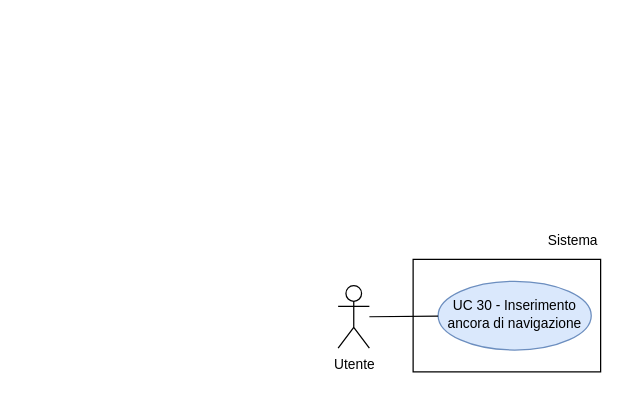
Above: RTB/doc_esterna/analisi-dei-requisiti/assets/draw.io/UC30.drawio in thebitless-group-swe/thebitless.github.io (draw.io), before the change. Source tidied: cells renumbered, new cells numbered last; positions are measured from the earlier drawing's top-left corner, leaving out a move shared by most shapes. Both pictures are drawn from the tidied source at 125%, with x=0, y=0 at pixel (338, 221).
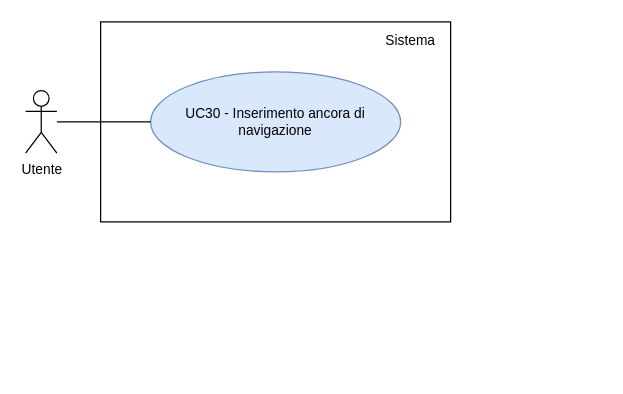
Above is the later version.

Diff of the diagram source:
```diff
@@
 <mxGraphModel>
   <root>
     <mxCell id="0" />
     <mxCell id="1" parent="0" />
     <mxCell id="2" value="Utente" style="shape=umlActor;verticalLabelPosition=bottom;verticalAlign=top;html=1;outlineConnect=0;fontSize=11;" parent="1" vertex="1">
-      <mxGeometry y="51" width="25" height="50" as="geometry" />
+      <mxGeometry x="-250" y="-105" width="25" height="50" as="geometry" />
     </mxCell>
-    <mxCell id="3" style="rounded=0;whiteSpace=wrap;html=1;strokeWidth=1;" parent="1" vertex="1">
-      <mxGeometry x="60" y="30" width="150" height="90" as="geometry" />
-    </mxCell>
+    <mxCell id="8" style="rounded=0;whiteSpace=wrap;html=1;strokeWidth=1;" parent="1" vertex="1">
+      <mxGeometry x="-190" y="-160" width="280" height="160" as="geometry" />
+    </mxCell>
     <mxCell id="4" value="Sistema" style="text;html=1;whiteSpace=wrap;strokeColor=none;fillColor=none;align=right;verticalAlign=middle;fontSize=11;" parent="1" vertex="1">
-      <mxGeometry x="150" width="60" height="30" as="geometry" />
+      <mxGeometry x="10" y="-155" width="70" height="20" as="geometry" />
     </mxCell>
-    <mxCell id="5" value="UC 30 - Inserimento ancora di navigazione" style="ellipse;whiteSpace=wrap;html=1;fillColor=#dae8fc;strokeColor=#6c8ebf;fontSize=11;convertToSvg=1;svgWhiteSpace=wrap;labelBorderColor=none;labelBackgroundColor=none;spacingBottom=3;" parent="1" vertex="1">
-      <mxGeometry x="80" y="47.5" width="122.5" height="55" as="geometry" />
-    </mxCell>
-    <mxCell id="6" style="edgeStyle=none;rounded=0;jettySize=auto;html=1;endArrow=none;endFill=0;" parent="1" edge="1" source="2" target="5">
-      <mxGeometry relative="1" as="geometry" />
-    </mxCell>
-    <mxCell id="7" style="edgeStyle=orthogonalEdgeStyle;rounded=0;orthogonalLoop=1;jettySize=auto;html=1;exitX=0.5;exitY=1;exitDx=0;exitDy=0;" parent="1" edge="1" source="4" target="4">
-      <mxGeometry relative="1" as="geometry" />
-    </mxCell>
+    <mxCell id="9" value="UC30 - Inserimento ancora di navigazione" style="ellipse;whiteSpace=wrap;html=1;fillColor=#dae8fc;strokeColor=#6c8ebf;fontSize=11;" parent="1" vertex="1">
+      <mxGeometry x="-150" y="-120" width="200" height="80" as="geometry" />
+    </mxCell>
+    <mxCell id="10" style="edgeStyle=none;rounded=0;jettySize=auto;html=1;endArrow=none;endFill=0;" parent="1" edge="1" source="2" target="9">
+      <mxGeometry relative="1" as="geometry" />
+    </mxCell>
   </root>
 </mxGraphModel>
```
